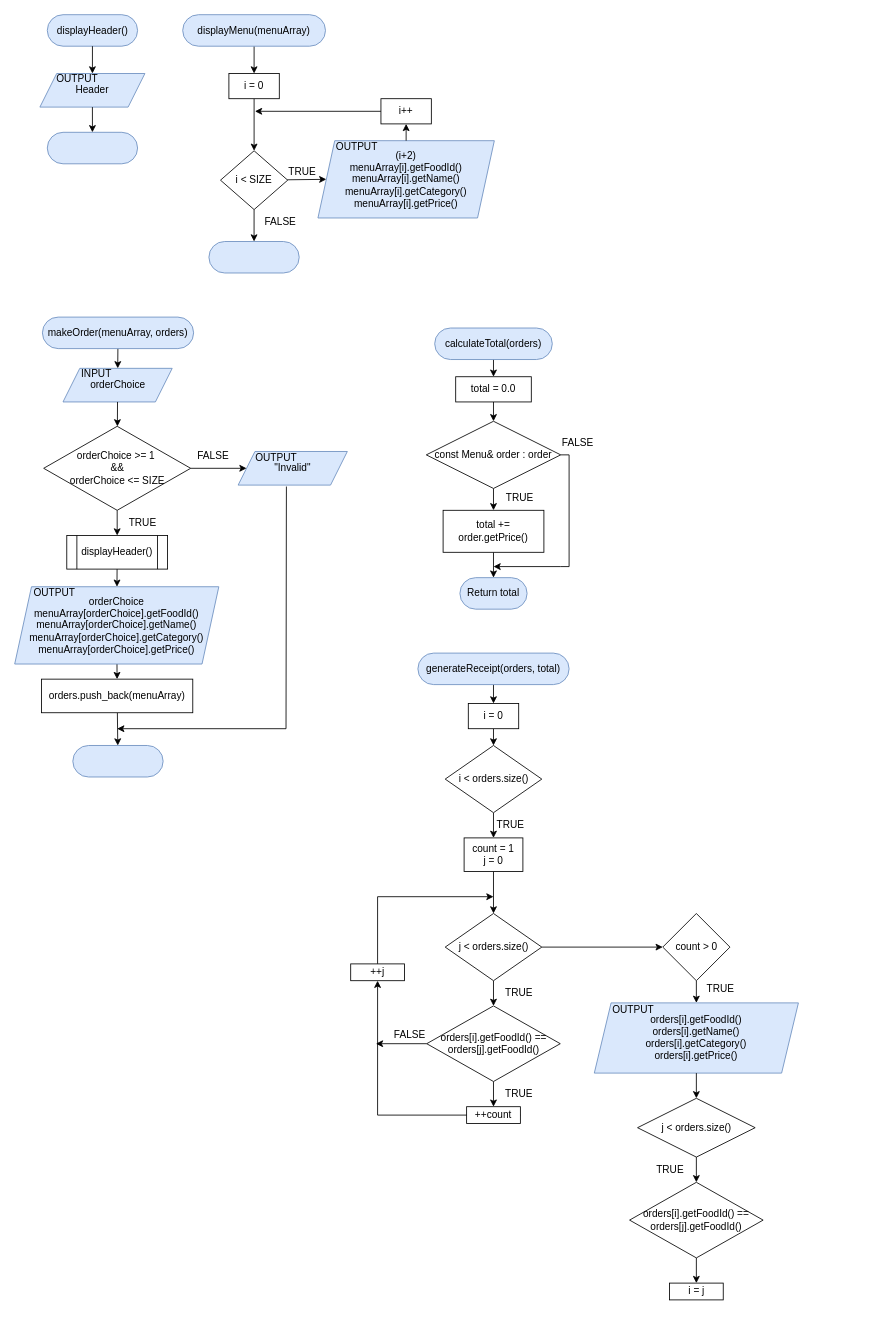
Above: page "OTHER FUNCTION" (5 of 5) of Submission/sec02/Tupperware/classDiagram.drawio in jjn7702/SECJ2013-DSA (draw.io), before the change. Source tidied: cells renumbered, new cells numbered last; positions are measured from the earlier drawing's top-left corner, leaving out a move shared by most shapes. Both pictures are drawn from the tidied source at 84%, with x=0, y=0 at pixel (14, 14).
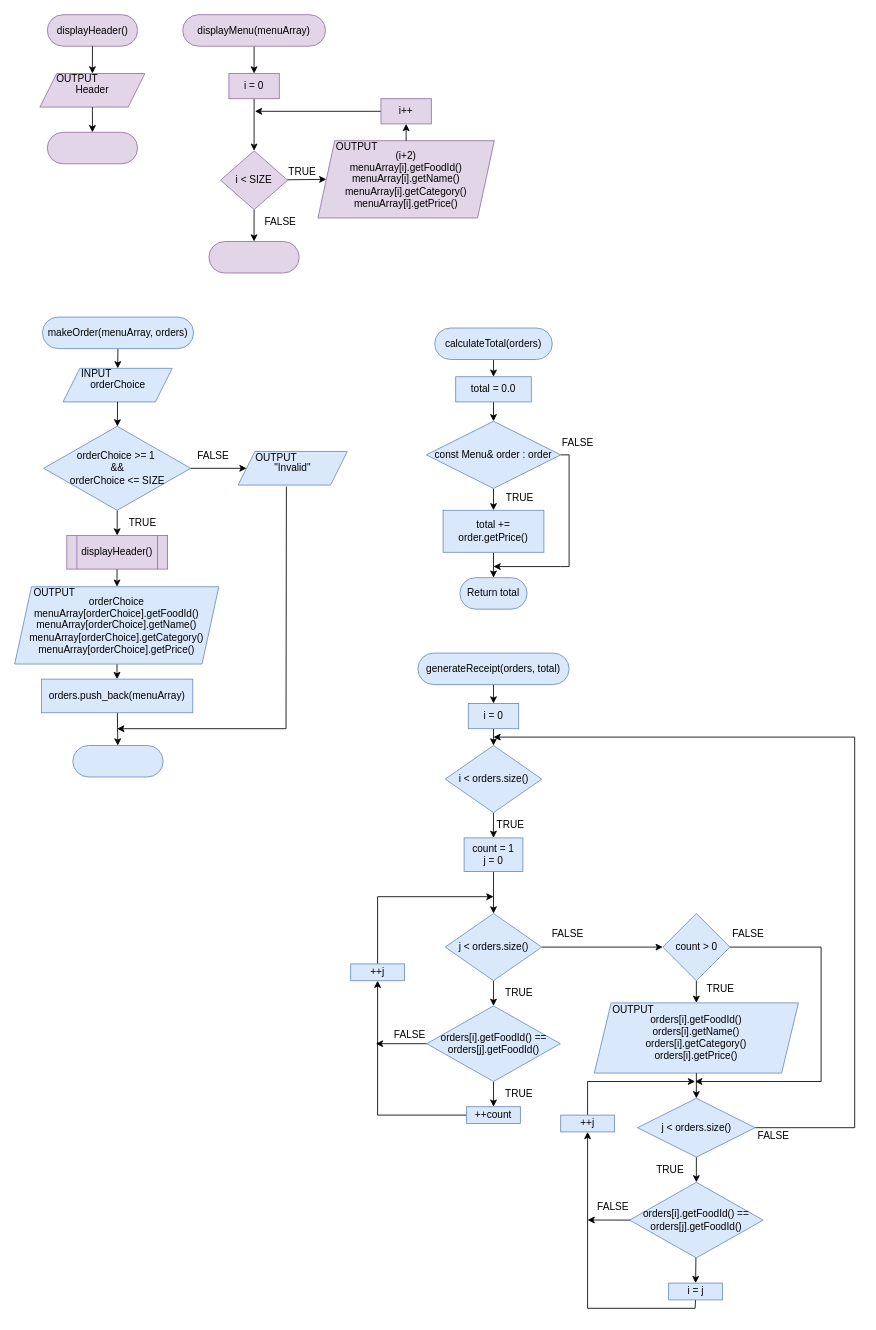
The same page after the edit.

Unchanged cells that the change refers to:
```xml
<mxCell id="3" style="group;fillColor=none;strokeColor=none;" parent="1" vertex="1">
  <mxGeometry x="30" y="60" width="125" height="50" as="geometry" />
</mxCell>
<mxCell id="16" style="group;" parent="1" vertex="1">
  <mxGeometry x="361" y="142" width="210" height="100" as="geometry" />
</mxCell>
```

What changed in the source:
```diff
@@
-    <mxCell id="2" value="displayHeader()" style="rounded=1;whiteSpace=wrap;html=1;glass=0;labelBackgroundColor=none;fillColor=#dae8fc;arcSize=50;strokeColor=#6c8ebf;" parent="1" vertex="1">
+    <mxCell id="2" value="displayHeader()" style="rounded=1;whiteSpace=wrap;html=1;glass=0;labelBackgroundColor=none;fillColor=#e1d5e7;arcSize=50;strokeColor=#9673a6;" parent="1" vertex="1">
       <mxGeometry x="38.8" width="107.5" height="37.5" as="geometry" />
     </mxCell>
@@
-    <mxCell id="4" value="Header" style="shape=parallelogram;perimeter=parallelogramPerimeter;whiteSpace=wrap;html=1;fixedSize=1;fillColor=#dae8fc;strokeColor=#6c8ebf;" parent="3" vertex="1">
+    <mxCell id="4" value="Header" style="shape=parallelogram;perimeter=parallelogramPerimeter;whiteSpace=wrap;html=1;fixedSize=1;fillColor=#e1d5e7;strokeColor=#9673a6;" parent="3" vertex="1">
       <mxGeometry y="10" width="125" height="40" as="geometry" />
     </mxCell>
@@
-    <mxCell id="7" style="rounded=1;whiteSpace=wrap;html=1;glass=0;labelBackgroundColor=none;fillColor=#dae8fc;arcSize=50;strokeColor=#6c8ebf;" parent="1" vertex="1">
+    <mxCell id="7" style="rounded=1;whiteSpace=wrap;html=1;glass=0;labelBackgroundColor=none;fillColor=#e1d5e7;arcSize=50;strokeColor=#9673a6;" parent="1" vertex="1">
       <mxGeometry x="38.8" y="140" width="107.5" height="37.5" as="geometry" />
     </mxCell>
@@
-    <mxCell id="10" value="displayMenu(menuArray)" style="rounded=1;whiteSpace=wrap;html=1;glass=0;labelBackgroundColor=none;fillColor=#dae8fc;arcSize=50;strokeColor=#6c8ebf;" parent="1" vertex="1">
+    <mxCell id="10" value="displayMenu(menuArray)" style="rounded=1;whiteSpace=wrap;html=1;glass=0;labelBackgroundColor=none;fillColor=#e1d5e7;arcSize=50;strokeColor=#9673a6;" parent="1" vertex="1">
       <mxGeometry x="200" width="170" height="37.5" as="geometry" />
     </mxCell>
@@
-    <mxCell id="13" value="i &amp;lt; SIZE" style="rhombus;whiteSpace=wrap;html=1;" parent="1" vertex="1">
+    <mxCell id="13" value="i &amp;lt; SIZE" style="rhombus;whiteSpace=wrap;html=1;fillColor=#e1d5e7;strokeColor=#9673a6;" parent="1" vertex="1">
       <mxGeometry x="245" y="162" width="80" height="70" as="geometry" />
     </mxCell>
@@
-    <mxCell id="15" value="i = 0" style="whiteSpace=wrap;html=1;" parent="1" vertex="1">
+    <mxCell id="15" value="i = 0" style="whiteSpace=wrap;html=1;fillColor=#e1d5e7;strokeColor=#9673a6;" parent="1" vertex="1">
       <mxGeometry x="255" y="70" width="60" height="30" as="geometry" />
     </mxCell>
@@
-    <mxCell id="17" value="(i+2)&lt;br&gt;menuArray[i].getFoodId()&lt;br&gt;menuArray[i].getName()&lt;br&gt;menuArray[i].getCategory()&lt;br&gt;menuArray[i].getPrice()&lt;br&gt;" style="shape=parallelogram;perimeter=parallelogramPerimeter;whiteSpace=wrap;html=1;fixedSize=1;fillColor=#dae8fc;strokeColor=#6c8ebf;" parent="16" vertex="1">
+    <mxCell id="17" value="(i+2)&lt;br&gt;menuArray[i].getFoodId()&lt;br&gt;menuArray[i].getName()&lt;br&gt;menuArray[i].getCategory()&lt;br&gt;menuArray[i].getPrice()&lt;br&gt;" style="shape=parallelogram;perimeter=parallelogramPerimeter;whiteSpace=wrap;html=1;fixedSize=1;fillColor=#e1d5e7;strokeColor=#9673a6;" parent="16" vertex="1">
       <mxGeometry y="8" width="210" height="92" as="geometry" />
     </mxCell>
@@
-    <mxCell id="20" value="i++" style="whiteSpace=wrap;html=1;" parent="1" vertex="1">
+    <mxCell id="20" value="i++" style="whiteSpace=wrap;html=1;fillColor=#e1d5e7;strokeColor=#9673a6;" parent="1" vertex="1">
       <mxGeometry x="436" y="100" width="60" height="30" as="geometry" />
     </mxCell>
@@
-    <mxCell id="22" style="rounded=1;whiteSpace=wrap;html=1;glass=0;labelBackgroundColor=none;fillColor=#dae8fc;arcSize=50;strokeColor=#6c8ebf;" parent="1" vertex="1">
+    <mxCell id="22" style="rounded=1;whiteSpace=wrap;html=1;glass=0;labelBackgroundColor=none;fillColor=#e1d5e7;arcSize=50;strokeColor=#9673a6;" parent="1" vertex="1">
       <mxGeometry x="231.2" y="270" width="107.5" height="37.5" as="geometry" />
     </mxCell>
@@
-    <mxCell id="30" value="orderChoice &amp;gt;= 1&amp;nbsp;&lt;br&gt;&amp;amp;&amp;amp;&lt;br&gt;orderChoice &amp;lt;= SIZE" style="rhombus;whiteSpace=wrap;html=1;" parent="1" vertex="1">
+    <mxCell id="30" value="orderChoice &amp;gt;= 1&amp;nbsp;&lt;br&gt;&amp;amp;&amp;amp;&lt;br&gt;orderChoice &amp;lt;= SIZE" style="rhombus;whiteSpace=wrap;html=1;fillColor=#dae8fc;strokeColor=#6c8ebf;" parent="1" vertex="1">
       <mxGeometry x="34.5" y="490" width="175" height="100" as="geometry" />
     </mxCell>
@@
-    <mxCell id="33" value="displayHeader()" style="shape=process;whiteSpace=wrap;html=1;backgroundOutline=1;" parent="1" vertex="1">
+    <mxCell id="33" value="displayHeader()" style="shape=process;whiteSpace=wrap;html=1;backgroundOutline=1;fillColor=#e1d5e7;strokeColor=#9673a6;" parent="1" vertex="1">
       <mxGeometry x="62" y="620" width="120" height="40" as="geometry" />
     </mxCell>
@@
-    <mxCell id="39" value="orders.push_back(menuArray)" style="whiteSpace=wrap;html=1;" parent="1" vertex="1">
+    <mxCell id="39" value="orders.push_back(menuArray)" style="whiteSpace=wrap;html=1;fillColor=#dae8fc;strokeColor=#6c8ebf;" parent="1" vertex="1">
       <mxGeometry x="32" y="791" width="180" height="40" as="geometry" />
     </mxCell>
@@
-    <mxCell id="51" value="total = 0.0" style="whiteSpace=wrap;html=1;" parent="1" vertex="1">
+    <mxCell id="51" value="total = 0.0" style="whiteSpace=wrap;html=1;fillColor=#dae8fc;strokeColor=#6c8ebf;" parent="1" vertex="1">
       <mxGeometry x="525" y="431" width="90" height="30" as="geometry" />
     </mxCell>
@@
-    <mxCell id="54" value="const Menu&amp;amp; order : order" style="rhombus;whiteSpace=wrap;html=1;" parent="1" vertex="1">
+    <mxCell id="54" value="const Menu&amp;amp; order : order" style="rhombus;whiteSpace=wrap;html=1;fillColor=#dae8fc;strokeColor=#6c8ebf;" parent="1" vertex="1">
       <mxGeometry x="490" y="484" width="160" height="80" as="geometry" />
     </mxCell>
@@
-    <mxCell id="56" value="total += order.getPrice()" style="whiteSpace=wrap;html=1;" parent="1" vertex="1">
+    <mxCell id="56" value="total += order.getPrice()" style="whiteSpace=wrap;html=1;fillColor=#dae8fc;strokeColor=#6c8ebf;" parent="1" vertex="1">
       <mxGeometry x="510" y="590" width="120" height="50" as="geometry" />
     </mxCell>
@@
-    <mxCell id="63" value="i &amp;lt; orders.size()" style="rhombus;whiteSpace=wrap;html=1;" parent="1" vertex="1">
+    <mxCell id="63" value="i &amp;lt; orders.size()" style="rhombus;whiteSpace=wrap;html=1;fillColor=#dae8fc;strokeColor=#6c8ebf;" parent="1" vertex="1">
       <mxGeometry x="512.5" y="870" width="115" height="80" as="geometry" />
     </mxCell>
@@
-    <mxCell id="65" value="i = 0" style="whiteSpace=wrap;html=1;" parent="1" vertex="1">
+    <mxCell id="65" value="i = 0" style="whiteSpace=wrap;html=1;fillColor=#dae8fc;strokeColor=#6c8ebf;" parent="1" vertex="1">
       <mxGeometry x="540" y="820" width="60" height="30" as="geometry" />
     </mxCell>
@@
-    <mxCell id="68" value="j &amp;lt; orders.size()" style="rhombus;whiteSpace=wrap;html=1;" parent="1" vertex="1">
+    <mxCell id="68" value="j &amp;lt; orders.size()" style="rhombus;whiteSpace=wrap;html=1;fillColor=#dae8fc;strokeColor=#6c8ebf;" parent="1" vertex="1">
       <mxGeometry x="512.5" y="1070" width="115" height="80" as="geometry" />
     </mxCell>
@@
-    <mxCell id="70" value="count = 1&lt;br&gt;j = 0" style="whiteSpace=wrap;html=1;" parent="1" vertex="1">
+    <mxCell id="70" value="count = 1&lt;br&gt;j = 0" style="whiteSpace=wrap;html=1;fillColor=#dae8fc;strokeColor=#6c8ebf;" parent="1" vertex="1">
       <mxGeometry x="535" y="980" width="70" height="40" as="geometry" />
     </mxCell>
@@
-    <mxCell id="73" value="orders[i].getFoodId() == orders[j].getFoodId()" style="rhombus;whiteSpace=wrap;html=1;" parent="1" vertex="1">
+    <mxCell id="73" value="orders[i].getFoodId() == orders[j].getFoodId()" style="rhombus;whiteSpace=wrap;html=1;fillColor=#dae8fc;strokeColor=#6c8ebf;" parent="1" vertex="1">
       <mxGeometry x="490.5" y="1180" width="159" height="90" as="geometry" />
     </mxCell>
@@
-    <mxCell id="75" value="++j" style="whiteSpace=wrap;html=1;" parent="1" vertex="1">
+    <mxCell id="75" value="++j" style="whiteSpace=wrap;html=1;fillColor=#dae8fc;strokeColor=#6c8ebf;" parent="1" vertex="1">
       <mxGeometry x="400" y="1130" width="64" height="20" as="geometry" />
     </mxCell>
@@
-    <mxCell id="77" value="++count" style="whiteSpace=wrap;html=1;" parent="1" vertex="1">
+    <mxCell id="77" value="++count" style="whiteSpace=wrap;html=1;fillColor=#dae8fc;strokeColor=#6c8ebf;" parent="1" vertex="1">
       <mxGeometry x="538" y="1300" width="64" height="20" as="geometry" />
     </mxCell>
@@
+    <mxCell id="95" style="edgeStyle=none;rounded=0;html=1;exitX=1;exitY=0.5;exitDx=0;exitDy=0;" parent="1" edge="1" source="83">
+      <mxGeometry relative="1" as="geometry">
+        <mxPoint x="810" y="1270" as="targetPoint" />
+        <Array as="points">
+          <mxPoint x="960" y="1110" />
+          <mxPoint x="960" y="1270" />
+        </Array>
+      </mxGeometry>
+    </mxCell>
-    <mxCell id="83" value="count &amp;gt; 0" style="rhombus;whiteSpace=wrap;html=1;" parent="1" vertex="1">
+    <mxCell id="83" value="count &amp;gt; 0" style="rhombus;whiteSpace=wrap;html=1;fillColor=#dae8fc;strokeColor=#6c8ebf;" parent="1" vertex="1">
       <mxGeometry x="771.5" y="1070" width="80" height="80" as="geometry" />
     </mxCell>
@@
+    <mxCell id="96" style="edgeStyle=none;rounded=0;html=1;exitX=1;exitY=0.5;exitDx=0;exitDy=0;" parent="1" edge="1" source="89">
+      <mxGeometry relative="1" as="geometry">
+        <mxPoint x="570" y="860" as="targetPoint" />
+        <Array as="points">
+          <mxPoint x="1000" y="1325" />
+          <mxPoint x="1000" y="860" />
+        </Array>
+      </mxGeometry>
+    </mxCell>
-    <mxCell id="89" value="j &amp;lt; orders.size()" style="rhombus;whiteSpace=wrap;html=1;" parent="1" vertex="1">
+    <mxCell id="89" value="j &amp;lt; orders.size()" style="rhombus;whiteSpace=wrap;html=1;fillColor=#dae8fc;strokeColor=#6c8ebf;" parent="1" vertex="1">
       <mxGeometry x="741.5" y="1290" width="140" height="70" as="geometry" />
     </mxCell>
@@
+    <mxCell id="97" style="edgeStyle=none;rounded=0;html=1;exitX=0;exitY=0.5;exitDx=0;exitDy=0;" parent="1" edge="1">
+      <mxGeometry relative="1" as="geometry">
+        <mxPoint x="734" y="1435" as="sourcePoint" />
+        <mxPoint x="682" y="1434.9" as="targetPoint" />
+      </mxGeometry>
+    </mxCell>
-    <mxCell id="92" value="orders[i].getFoodId() == orders[j].getFoodId()" style="rhombus;whiteSpace=wrap;html=1;" parent="1" vertex="1">
+    <mxCell id="92" value="orders[i].getFoodId() == orders[j].getFoodId()" style="rhombus;whiteSpace=wrap;html=1;fillColor=#dae8fc;strokeColor=#6c8ebf;" parent="1" vertex="1">
       <mxGeometry x="732" y="1390" width="159" height="90" as="geometry" />
     </mxCell>
+    <mxCell id="98" style="edgeStyle=none;rounded=0;html=1;exitX=0.5;exitY=1;exitDx=0;exitDy=0;entryX=0.5;entryY=1;entryDx=0;entryDy=0;" parent="1" edge="1" source="93" target="100">
+      <mxGeometry relative="1" as="geometry">
+        <Array as="points">
+          <mxPoint x="810" y="1540" />
+          <mxPoint x="682" y="1540" />
+        </Array>
+      </mxGeometry>
+    </mxCell>
-    <mxCell id="93" value="i = j" style="whiteSpace=wrap;html=1;" parent="1" vertex="1">
-      <mxGeometry x="779.5" y="1510" width="64" height="20" as="geometry" />
+    <mxCell id="93" value="i = j" style="whiteSpace=wrap;html=1;fillColor=#dae8fc;strokeColor=#6c8ebf;" parent="1" vertex="1">
+      <mxGeometry x="778.5" y="1510" width="64" height="20" as="geometry" />
     </mxCell>
@@
+    <mxCell id="99" style="edgeStyle=none;rounded=0;html=1;exitX=0.5;exitY=0;exitDx=0;exitDy=0;" parent="1" edge="1" source="100">
+      <mxGeometry relative="1" as="geometry">
+        <mxPoint x="810" y="1270" as="targetPoint" />
+        <Array as="points">
+          <mxPoint x="682" y="1270" />
+        </Array>
+      </mxGeometry>
+    </mxCell>
+    <mxCell id="100" value="++j" style="whiteSpace=wrap;html=1;fillColor=#dae8fc;strokeColor=#6c8ebf;" parent="1" vertex="1">
+      <mxGeometry x="650" y="1310" width="64" height="20" as="geometry" />
+    </mxCell>
+    <mxCell id="101" value="FALSE" style="text;html=1;align=center;verticalAlign=middle;strokeColor=none;fillColor=none;" parent="1" vertex="1">
+      <mxGeometry x="681.5" y="1405" width="60" height="30" as="geometry" />
+    </mxCell>
+    <mxCell id="102" value="FALSE" style="text;html=1;align=center;verticalAlign=middle;strokeColor=none;fillColor=none;" parent="1" vertex="1">
+      <mxGeometry x="627.5" y="1080" width="60" height="30" as="geometry" />
+    </mxCell>
+    <mxCell id="103" value="FALSE" style="text;html=1;align=center;verticalAlign=middle;strokeColor=none;fillColor=none;" parent="1" vertex="1">
+      <mxGeometry x="842.5" y="1080" width="60" height="30" as="geometry" />
+    </mxCell>
+    <mxCell id="104" value="FALSE" style="text;html=1;align=center;verticalAlign=middle;strokeColor=none;fillColor=none;" parent="1" vertex="1">
+      <mxGeometry x="873" y="1320" width="60" height="30" as="geometry" />
+    </mxCell>
```
